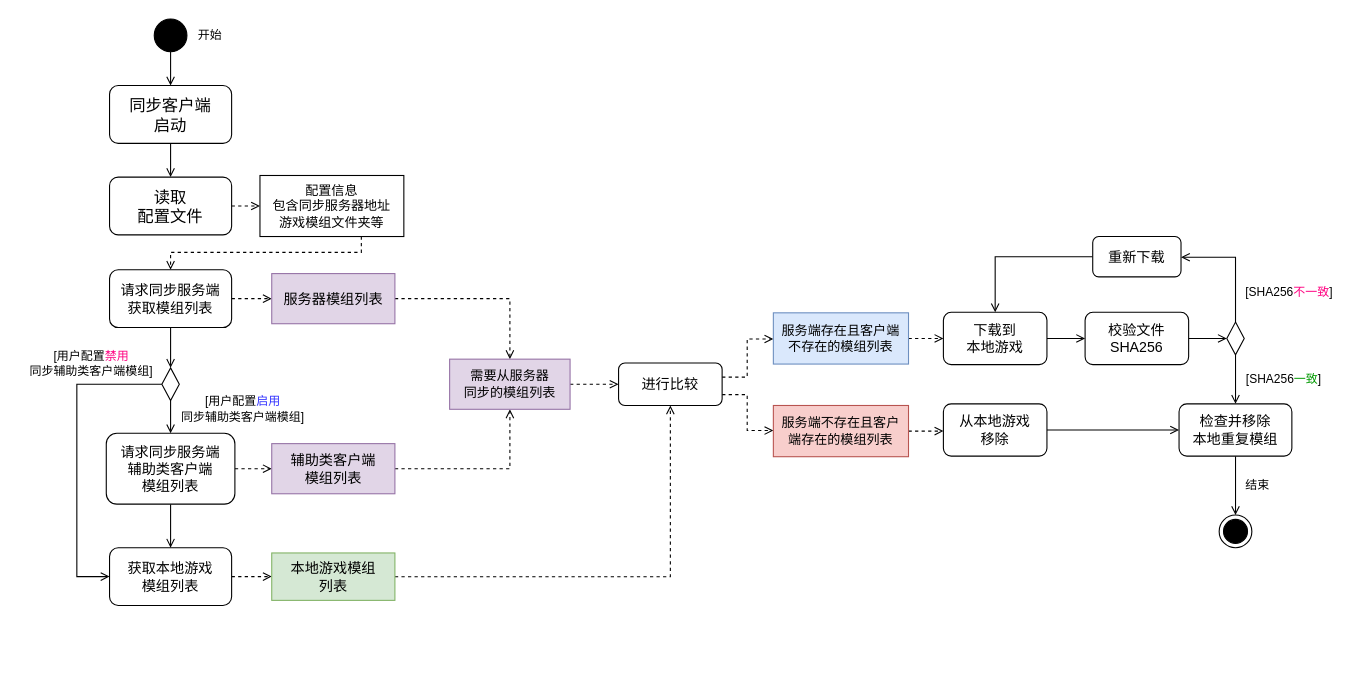
Above: page "同步流程活动图" (1 of 2) of docs/diagram/同步运行活动图.dio in swsk33/mc-server-sync (draw.io), before the change. Source tidied: cells renumbered, new cells numbered last; positions are measured from the earlier drawing's top-left corner, leaving out a move shared by most shapes. Both pictures are drawn from the tidied source at 109%, with x=0, y=0 at pixel (19, 19).
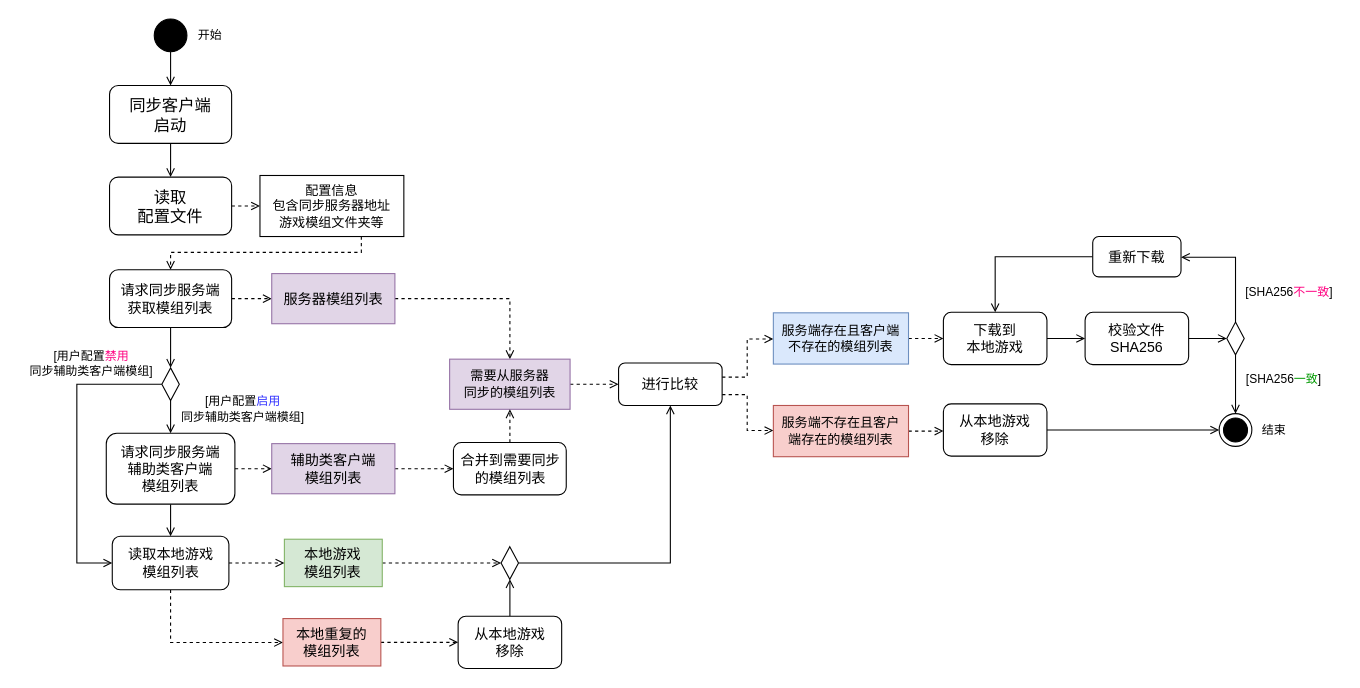
After the change.

The change refers to these unchanged cells:
```xml
<mxCell id="21" value="进行比较" style="rounded=1;whiteSpace=wrap;html=1;fontSize=13;" parent="1" vertex="1">
  <mxGeometry x="550" y="315.5" width="95" height="39" as="geometry" />
</mxCell>
<mxCell id="29" value="&lt;div&gt;从本地游戏&lt;/div&gt;&lt;div&gt;移除&lt;/div&gt;" style="rounded=1;whiteSpace=wrap;html=1;fontSize=13;" parent="1" vertex="1">
  <mxGeometry x="848" y="353" width="95" height="48" as="geometry" />
</mxCell>
<mxCell id="35" style="rhombus;fontFamily=Helvetica;fontSize=11;fontColor=default;labelBackgroundColor=default;" parent="1" vertex="1">
  <mxGeometry x="1108" y="278" width="16" height="30" as="geometry" />
</mxCell>
<mxCell id="46" style="rhombus;fontFamily=Helvetica;fontSize=11;fontColor=default;labelBackgroundColor=default;" parent="1" vertex="1">
  <mxGeometry x="131" y="320" width="16" height="30" as="geometry" />
</mxCell>
<mxCell id="49" value="请求同步服务端&lt;div&gt;辅助类客户端&lt;/div&gt;&lt;div&gt;模组列表&lt;/div&gt;" style="rounded=1;whiteSpace=wrap;html=1;fontSize=13;" parent="1" vertex="1">
  <mxGeometry x="80" y="380" width="118" height="65" as="geometry" />
</mxCell>
<mxCell id="52" value="&lt;span&gt;辅助类客户端&lt;/span&gt;&lt;div&gt;&lt;span&gt;模组列表&lt;/span&gt;&lt;/div&gt;" style="rounded=0;whiteSpace=wrap;html=1;fontFamily=Helvetica;fontSize=13;labelBackgroundColor=none;spacingLeft=5;spacingRight=5;fillColor=#e1d5e7;strokeColor=#9673a6;" parent="1" vertex="1">
  <mxGeometry x="231.8" y="389.5" width="113" height="46" as="geometry" />
</mxCell>
<mxCell id="55" value="&lt;span&gt;需要从服务器&lt;/span&gt;&lt;div&gt;&lt;span&gt;同步的模组列表&lt;/span&gt;&lt;/div&gt;" style="rounded=0;whiteSpace=wrap;html=1;fontFamily=Helvetica;fontSize=12;labelBackgroundColor=none;spacingLeft=5;spacingRight=5;fillColor=#e1d5e7;strokeColor=#9673a6;" parent="1" vertex="1">
  <mxGeometry x="395" y="312" width="110.5" height="46" as="geometry" />
</mxCell>
```

Change to the diagram source:
```diff
@@
-    <mxCell id="15" style="edgeStyle=orthogonalEdgeStyle;shape=connector;rounded=0;jettySize=auto;html=1;strokeColor=default;align=center;verticalAlign=middle;fontFamily=Helvetica;fontSize=11;fontColor=default;labelBackgroundColor=default;endArrow=open;endFill=0;dashed=1;" parent="1" edge="1" source="16" target="18">
-      <mxGeometry relative="1" as="geometry">
-        <Array as="points">
-          <mxPoint x="214.2" y="512" />
-          <mxPoint x="214.2" y="512" />
-        </Array>
-      </mxGeometry>
-    </mxCell>
-    <mxCell id="16" value="获取本地游戏&lt;div&gt;模组列表&lt;/div&gt;" style="rounded=1;whiteSpace=wrap;html=1;fontSize=13;" parent="1" vertex="1">
-      <mxGeometry x="83" y="485" width="112" height="53" as="geometry" />
-    </mxCell>
-    <mxCell id="17" style="edgeStyle=orthogonalEdgeStyle;shape=connector;rounded=0;jettySize=auto;html=1;strokeColor=default;align=center;verticalAlign=middle;fontFamily=Helvetica;fontSize=11;fontColor=default;labelBackgroundColor=default;endArrow=open;endFill=0;dashed=1;" parent="1" edge="1" source="18" target="21">
-      <mxGeometry relative="1" as="geometry" />
-    </mxCell>
-    <mxCell id="18" value="&lt;span&gt;本地游戏模组&lt;/span&gt;&lt;div&gt;&lt;span&gt;列表&lt;/span&gt;&lt;/div&gt;" style="rounded=0;whiteSpace=wrap;html=1;fontFamily=Helvetica;fontSize=13;labelBackgroundColor=none;spacingLeft=5;spacingRight=5;fillColor=#d5e8d4;strokeColor=#82b366;" parent="1" vertex="1">
-      <mxGeometry x="231.8" y="489.8" width="113" height="43.5" as="geometry" />
-    </mxCell>
@@
-    <mxCell id="28" style="edgeStyle=orthogonalEdgeStyle;shape=connector;rounded=0;jettySize=auto;html=1;strokeColor=default;align=center;verticalAlign=middle;fontFamily=Helvetica;fontSize=11;fontColor=default;labelBackgroundColor=default;endArrow=open;endFill=0;" parent="1" edge="1" source="29" target="43">
+    <mxCell id="28" style="edgeStyle=orthogonalEdgeStyle;shape=connector;rounded=0;jettySize=auto;html=1;strokeColor=default;align=center;verticalAlign=middle;fontFamily=Helvetica;fontSize=11;fontColor=default;labelBackgroundColor=default;endArrow=open;endFill=0;entryX=0;entryY=0.5;entryDx=0;entryDy=0;" parent="1" edge="1" source="29" target="30">
       <mxGeometry relative="1" as="geometry">
         <Array as="points">
-          <mxPoint x="963" y="377.5" />
-          <mxPoint x="963" y="377.5" />
+          <mxPoint x="1101" y="377" />
         </Array>
       </mxGeometry>
     </mxCell>
@@
     <mxCell id="30" style="ellipse;html=1;shape=endState;fillColor=strokeColor;fontFamily=Helvetica;fontSize=11;fontColor=default;labelBackgroundColor=default;" parent="1" vertex="1">
-      <mxGeometry x="1101" y="455" width="30" height="30" as="geometry" />
+      <mxGeometry x="1101" y="362" width="30" height="30" as="geometry" />
     </mxCell>
     <mxCell id="31" value="结束" style="text;html=1;align=center;verticalAlign=middle;strokeColor=none;fillColor=none;fontFamily=Helvetica;fontSize=11;fontColor=default;labelBackgroundColor=default;" parent="1" vertex="1">
-      <mxGeometry x="1116" y="415" width="40" height="25" as="geometry" />
+      <mxGeometry x="1131" y="364.5" width="40" height="25" as="geometry" />
     </mxCell>
@@
-    <mxCell id="33" style="edgeStyle=orthogonalEdgeStyle;shape=connector;rounded=0;jettySize=auto;html=1;strokeColor=default;align=center;verticalAlign=middle;fontFamily=Helvetica;fontSize=11;fontColor=default;labelBackgroundColor=default;endArrow=open;endFill=0;" parent="1" edge="1" source="35" target="43">
-      <mxGeometry relative="1" as="geometry">
-        <Array as="points">
-          <mxPoint x="1116" y="358" />
-          <mxPoint x="1116" y="358" />
-        </Array>
-      </mxGeometry>
-    </mxCell>
@@
+    <mxCell id="56" style="edgeStyle=orthogonalEdgeStyle;shape=connector;rounded=0;jettySize=auto;html=1;entryX=0.5;entryY=0;entryDx=0;entryDy=0;strokeColor=default;align=center;verticalAlign=middle;fontFamily=Helvetica;fontSize=11;fontColor=default;labelBackgroundColor=default;endArrow=open;endFill=0;" parent="1" edge="1" source="35" target="30">
+      <mxGeometry relative="1" as="geometry" />
+    </mxCell>
@@
-    <mxCell id="42" style="edgeStyle=orthogonalEdgeStyle;shape=connector;rounded=0;jettySize=auto;html=1;strokeColor=default;align=center;verticalAlign=middle;fontFamily=Helvetica;fontSize=11;fontColor=default;labelBackgroundColor=default;endArrow=open;endFill=0;" parent="1" edge="1" source="43" target="30">
-      <mxGeometry relative="1" as="geometry">
-        <Array as="points">
-          <mxPoint x="1116" y="428" />
-          <mxPoint x="1116" y="428" />
-        </Array>
-      </mxGeometry>
-    </mxCell>
-    <mxCell id="43" value="&lt;div&gt;&lt;/div&gt;&lt;div&gt;检查并移除&lt;/div&gt;&lt;div&gt;本地&lt;span style=&quot;background-color: transparent; color: light-dark(rgb(0, 0, 0), rgb(255, 255, 255));&quot;&gt;重复模组&lt;/span&gt;&lt;/div&gt;" style="rounded=1;whiteSpace=wrap;html=1;fontSize=13;" parent="1" vertex="1">
-      <mxGeometry x="1064.2" y="353" width="103.5" height="48" as="geometry" />
-    </mxCell>
@@
-    <mxCell id="45" style="edgeStyle=orthogonalEdgeStyle;shape=connector;rounded=0;jettySize=auto;html=1;strokeColor=default;align=center;verticalAlign=middle;fontFamily=Helvetica;fontSize=11;fontColor=default;labelBackgroundColor=default;endArrow=open;endFill=0;" parent="1" edge="1" source="46" target="16">
+    <mxCell id="45" style="edgeStyle=orthogonalEdgeStyle;shape=connector;rounded=0;jettySize=auto;html=1;strokeColor=default;align=center;verticalAlign=middle;fontFamily=Helvetica;fontSize=11;fontColor=default;labelBackgroundColor=default;endArrow=open;endFill=0;" parent="1" edge="1" source="46" target="63">
       <mxGeometry relative="1" as="geometry">
         <Array as="points">
           <mxPoint x="53" y="335" />
-          <mxPoint x="53" y="511.5" />
+          <mxPoint x="53" y="499" />
         </Array>
       </mxGeometry>
     </mxCell>
@@
-    <mxCell id="48" style="edgeStyle=orthogonalEdgeStyle;shape=connector;rounded=0;jettySize=auto;html=1;strokeColor=default;align=center;verticalAlign=middle;fontFamily=Helvetica;fontSize=11;fontColor=default;labelBackgroundColor=default;endArrow=open;endFill=0;" parent="1" edge="1" source="49" target="16">
-      <mxGeometry relative="1" as="geometry" />
+    <mxCell id="48" style="edgeStyle=orthogonalEdgeStyle;shape=connector;rounded=0;jettySize=auto;html=1;strokeColor=default;align=center;verticalAlign=middle;fontFamily=Helvetica;fontSize=11;fontColor=default;labelBackgroundColor=default;endArrow=open;endFill=0;" parent="1" edge="1" source="49" target="63">
+      <mxGeometry relative="1" as="geometry">
+        <Array as="points">
+          <mxPoint x="139" y="459" />
+          <mxPoint x="139" y="459" />
+        </Array>
+      </mxGeometry>
     </mxCell>
@@
-    <mxCell id="51" style="edgeStyle=orthogonalEdgeStyle;shape=connector;rounded=0;jettySize=auto;html=1;strokeColor=default;align=center;verticalAlign=middle;fontFamily=Helvetica;fontSize=11;fontColor=default;labelBackgroundColor=default;endArrow=open;endFill=0;dashed=1;" parent="1" edge="1" source="52" target="55">
+    <mxCell id="51" style="edgeStyle=orthogonalEdgeStyle;shape=connector;rounded=0;jettySize=auto;html=1;strokeColor=default;align=center;verticalAlign=middle;fontFamily=Helvetica;fontSize=11;fontColor=default;labelBackgroundColor=default;endArrow=open;endFill=0;dashed=1;" parent="1" edge="1" source="52" target="60">
       <mxGeometry relative="1" as="geometry" />
     </mxCell>
@@
+    <mxCell id="57" style="edgeStyle=orthogonalEdgeStyle;shape=connector;rounded=0;jettySize=auto;html=1;dashed=1;strokeColor=default;align=center;verticalAlign=middle;fontFamily=Helvetica;fontSize=11;fontColor=default;labelBackgroundColor=default;endArrow=open;endFill=0;" parent="1" edge="1" source="58" target="69">
+      <mxGeometry relative="1" as="geometry">
+        <Array as="points">
+          <mxPoint x="392" y="499" />
+          <mxPoint x="392" y="499" />
+        </Array>
+      </mxGeometry>
+    </mxCell>
+    <mxCell id="58" value="&lt;span&gt;本地游戏&lt;/span&gt;&lt;div&gt;&lt;span&gt;模组&lt;/span&gt;&lt;span style=&quot;background-color: transparent; color: light-dark(rgb(0, 0, 0), rgb(255, 255, 255));&quot;&gt;列表&lt;/span&gt;&lt;/div&gt;" style="rounded=0;whiteSpace=wrap;html=1;fontFamily=Helvetica;fontSize=13;labelBackgroundColor=none;spacingLeft=5;spacingRight=5;fillColor=#d5e8d4;strokeColor=#82b366;" parent="1" vertex="1">
+      <mxGeometry x="243.4" y="477.2" width="89.8" height="43.5" as="geometry" />
+    </mxCell>
+    <mxCell id="59" style="edgeStyle=orthogonalEdgeStyle;shape=connector;rounded=0;jettySize=auto;html=1;dashed=1;strokeColor=default;align=center;verticalAlign=middle;fontFamily=Helvetica;fontSize=11;fontColor=default;labelBackgroundColor=default;endArrow=open;endFill=0;" parent="1" edge="1" source="60" target="55">
+      <mxGeometry relative="1" as="geometry">
+        <Array as="points">
+          <mxPoint x="450" y="376" />
+          <mxPoint x="450" y="376" />
+        </Array>
+      </mxGeometry>
+    </mxCell>
+    <mxCell id="60" value="&lt;div&gt;&lt;/div&gt;&lt;div&gt;合并到需要&lt;span style=&quot;background-color: transparent; color: light-dark(rgb(0, 0, 0), rgb(255, 255, 255));&quot;&gt;同步的模组列表&lt;/span&gt;&lt;/div&gt;" style="rounded=1;whiteSpace=wrap;html=1;fontSize=13;" parent="1" vertex="1">
+      <mxGeometry x="398.5" y="388.5" width="103.5" height="48" as="geometry" />
+    </mxCell>
+    <mxCell id="61" style="edgeStyle=orthogonalEdgeStyle;shape=connector;rounded=0;jettySize=auto;html=1;strokeColor=default;align=center;verticalAlign=middle;fontFamily=Helvetica;fontSize=11;fontColor=default;labelBackgroundColor=default;endArrow=open;endFill=0;dashed=1;" parent="1" edge="1" source="63" target="58">
+      <mxGeometry relative="1" as="geometry" />
+    </mxCell>
+    <mxCell id="62" style="edgeStyle=orthogonalEdgeStyle;shape=connector;rounded=0;jettySize=auto;html=1;strokeColor=default;align=center;verticalAlign=middle;fontFamily=Helvetica;fontSize=11;fontColor=default;labelBackgroundColor=default;endArrow=open;endFill=0;dashed=1;" parent="1" edge="1" source="63" target="65">
+      <mxGeometry relative="1" as="geometry">
+        <Array as="points">
+          <mxPoint x="139" y="572" />
+        </Array>
+      </mxGeometry>
+    </mxCell>
+    <mxCell id="63" value="读取本地游戏&lt;div&gt;模组列表&lt;/div&gt;" style="rounded=1;whiteSpace=wrap;html=1;fontSize=13;" parent="1" vertex="1">
+      <mxGeometry x="85.5" y="474.5" width="107" height="49" as="geometry" />
+    </mxCell>
+    <mxCell id="64" style="edgeStyle=orthogonalEdgeStyle;shape=connector;rounded=0;jettySize=auto;html=1;strokeColor=default;align=center;verticalAlign=middle;fontFamily=Helvetica;fontSize=11;fontColor=default;labelBackgroundColor=default;endArrow=open;endFill=0;dashed=1;" parent="1" edge="1" source="65" target="67">
+      <mxGeometry relative="1" as="geometry" />
+    </mxCell>
+    <mxCell id="65" value="&lt;span&gt;本地重复的&lt;/span&gt;&lt;div&gt;&lt;span&gt;模组&lt;/span&gt;&lt;span style=&quot;background-color: transparent; color: light-dark(rgb(0, 0, 0), rgb(255, 255, 255));&quot;&gt;列表&lt;/span&gt;&lt;/div&gt;" style="rounded=0;whiteSpace=wrap;html=1;fontFamily=Helvetica;fontSize=13;labelBackgroundColor=none;spacingLeft=5;spacingRight=5;fillColor=#f8cecc;strokeColor=#b85450;" parent="1" vertex="1">
+      <mxGeometry x="242.1" y="550" width="89.8" height="43.5" as="geometry" />
+    </mxCell>
+    <mxCell id="66" style="edgeStyle=orthogonalEdgeStyle;shape=connector;rounded=0;jettySize=auto;html=1;strokeColor=default;align=center;verticalAlign=middle;fontFamily=Helvetica;fontSize=11;fontColor=default;labelBackgroundColor=default;endArrow=open;endFill=0;" parent="1" edge="1" source="67" target="69">
+      <mxGeometry relative="1" as="geometry">
+        <Array as="points">
+          <mxPoint x="450" y="532" />
+          <mxPoint x="450" y="532" />
+        </Array>
+      </mxGeometry>
+    </mxCell>
+    <mxCell id="67" value="&lt;div&gt;从本地游戏&lt;/div&gt;&lt;div&gt;移除&lt;/div&gt;" style="rounded=1;whiteSpace=wrap;html=1;fontSize=13;" parent="1" vertex="1">
+      <mxGeometry x="402.8" y="547.8" width="95" height="48" as="geometry" />
+    </mxCell>
+    <mxCell id="68" style="edgeStyle=orthogonalEdgeStyle;shape=connector;rounded=0;jettySize=auto;html=1;strokeColor=default;align=center;verticalAlign=middle;fontFamily=Helvetica;fontSize=11;fontColor=default;labelBackgroundColor=default;endArrow=open;endFill=0;" parent="1" edge="1" source="69" target="21">
+      <mxGeometry relative="1" as="geometry" />
+    </mxCell>
+    <mxCell id="69" style="rhombus;fontFamily=Helvetica;fontSize=11;fontColor=default;labelBackgroundColor=default;" parent="1" vertex="1">
+      <mxGeometry x="442.2" y="484" width="16" height="30" as="geometry" />
+    </mxCell>
```
